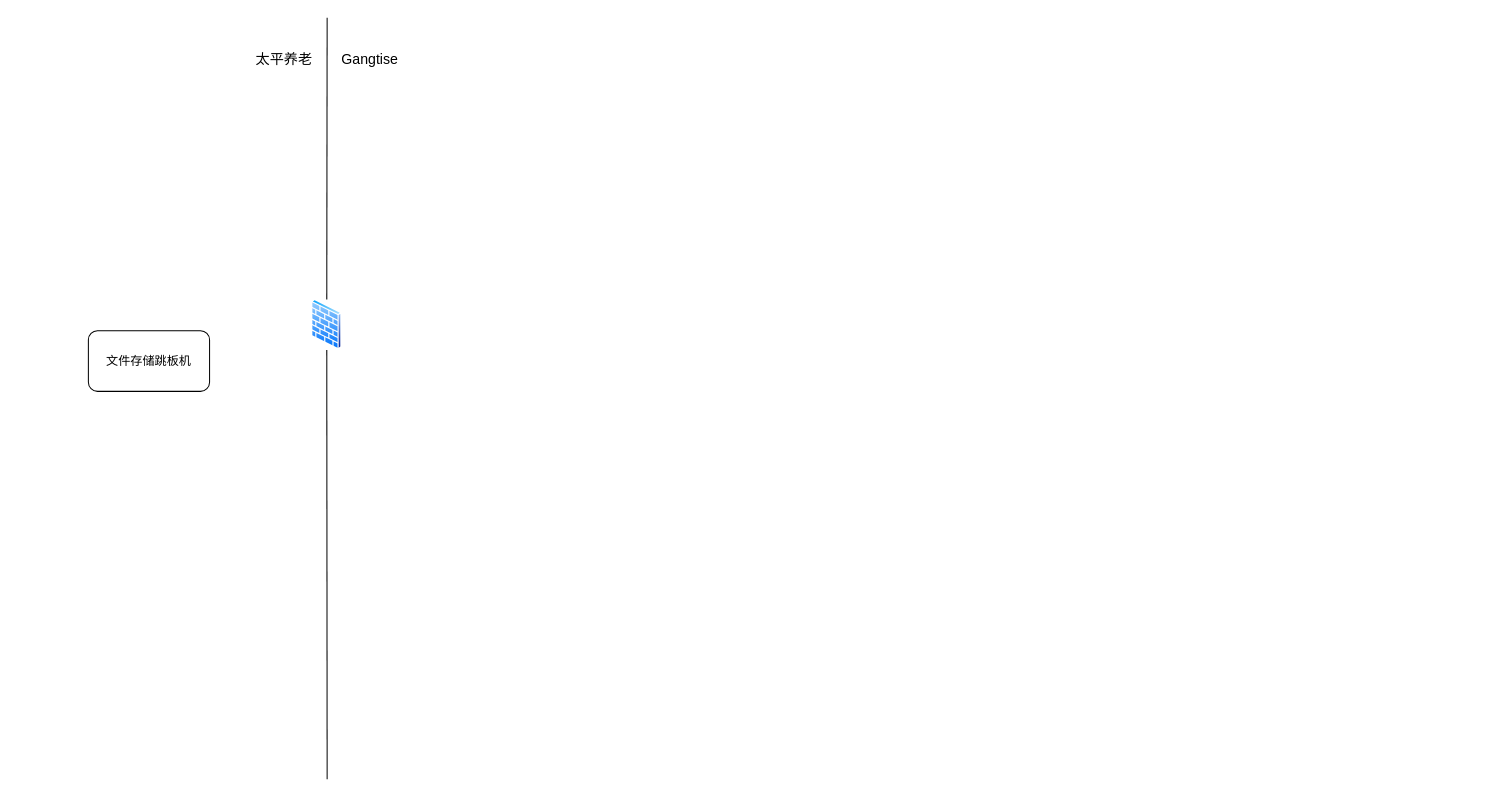
Above: 未命名绘图.drawio in EricDong0801/drawio-data (draw.io), before the change. Source tidied: cells renumbered, new cells numbered last; positions are measured from the earlier drawing's top-left corner, leaving out a move shared by most shapes. Both pictures are drawn from the tidied source at 101%, with x=0, y=0 at pixel (88, 17).
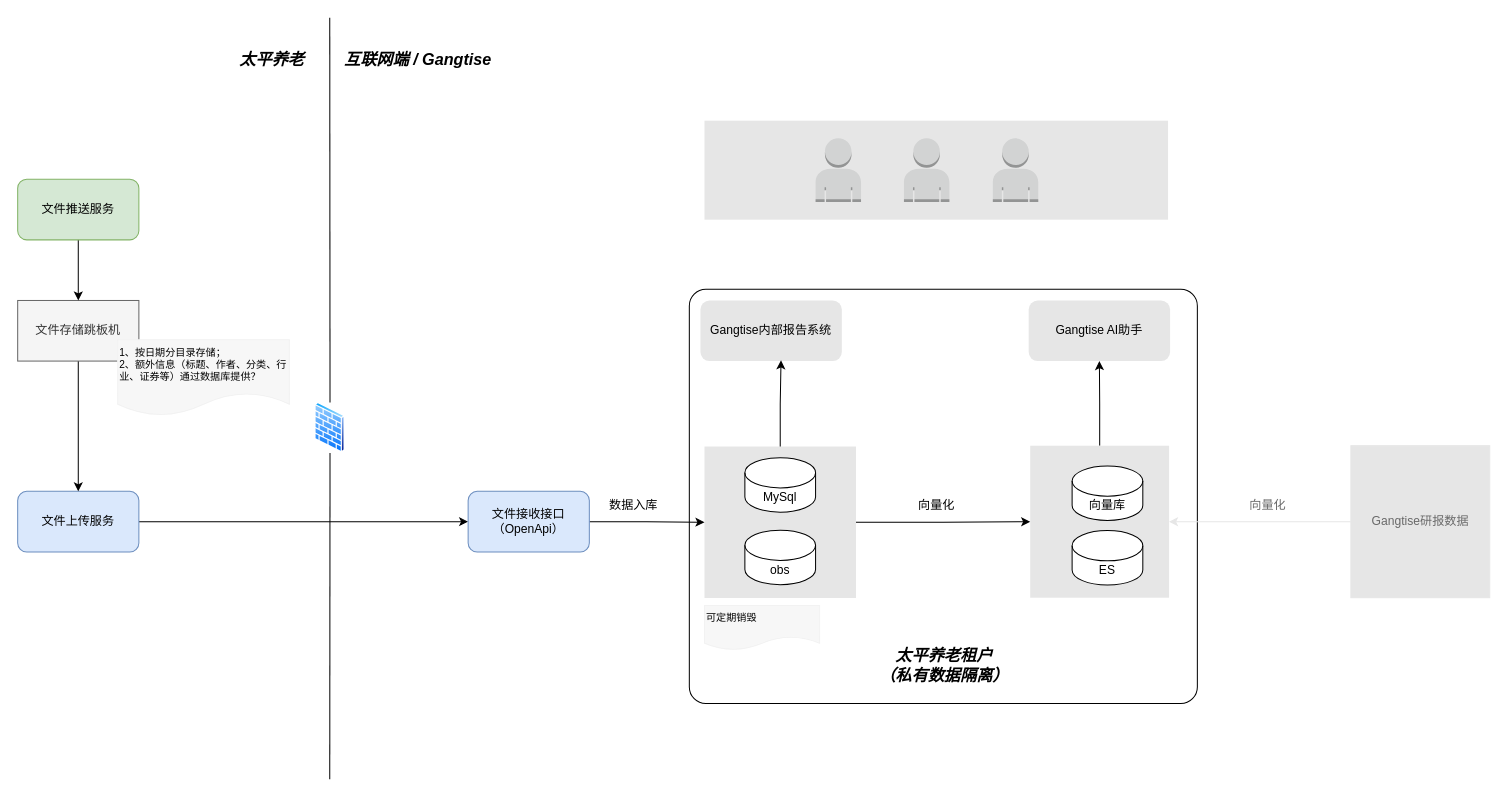
Above is the later version.

Commit message (it also covers changes not shown here):
更新未命名绘图.drawio

Change to the diagram source:
```diff
@@
+    <mxCell id="8" style="rounded=1;whiteSpace=wrap;html=1;arcSize=4;" parent="1" vertex="1">
+      <mxGeometry x="595" y="269" width="503" height="410" as="geometry" />
+    </mxCell>
+    <mxCell id="9" style="rounded=0;whiteSpace=wrap;html=1;strokeColor=none;fillColor=#E6E6E6;" parent="1" vertex="1">
+      <mxGeometry x="610" y="102" width="459" height="98" as="geometry" />
+    </mxCell>
+    <mxCell id="10" style="rounded=0;whiteSpace=wrap;html=1;strokeColor=none;fillColor=#E6E6E6;" parent="1" vertex="1">
+      <mxGeometry x="610" y="424.6" width="150" height="150" as="geometry" />
+    </mxCell>
+    <mxCell id="11" style="edgeStyle=orthogonalEdgeStyle;rounded=0;jettySize=auto;html=1;entryX=0.5;entryY=1;entryDx=0;entryDy=0;" parent="1" edge="1" source="12" target="22">
+      <mxGeometry relative="1" as="geometry" />
+    </mxCell>
+    <mxCell id="12" style="rounded=0;whiteSpace=wrap;html=1;strokeColor=none;fillColor=#E6E6E6;" parent="1" vertex="1">
+      <mxGeometry x="932.5" y="423.8" width="137.5" height="150.5" as="geometry" />
+    </mxCell>
     <mxCell id="2" style="endArrow=none;html=1;fontSize=12;" parent="1" edge="1" source="3">
       <mxGeometry relative="1" as="geometry">
-        <mxPoint x="236.4" as="targetPoint" />
+        <mxPoint x="239" as="targetPoint" />
       </mxGeometry>
     </mxCell>
     <mxCell id="3" style="perimeter=ellipsePerimeter;html=1;align=center;shadow=0;dashed=0;spacingTop=3;image;image=img/lib/active_directory/firewall.svg;fontSize=12;" parent="1" vertex="1">
-      <mxGeometry x="220.8" y="279" width="30.5" height="50" as="geometry" />
+      <mxGeometry x="224" y="381" width="30.5" height="50" as="geometry" />
     </mxCell>
     <mxCell id="4" style="endArrow=none;html=1;" parent="1" edge="1" target="3">
       <mxGeometry relative="1" as="geometry">
-        <mxPoint x="236.4" y="754" as="sourcePoint" />
+        <mxPoint x="239" y="754" as="sourcePoint" />
       </mxGeometry>
     </mxCell>
-    <mxCell id="5" value="太平养老" style="text;html=1;strokeColor=none;fillColor=none;align=center;verticalAlign=middle;whiteSpace=wrap;rounded=0;dashed=1;dashPattern=1 1;fontSize=14;" parent="1" vertex="1">
-      <mxGeometry x="164" y="31" width="60" height="20" as="geometry" />
+    <mxCell id="5" value="太平养老" style="text;html=1;strokeColor=none;fillColor=none;align=center;verticalAlign=middle;whiteSpace=wrap;rounded=0;dashed=1;dashPattern=1 1;fontSize=16;fontStyle=3;" parent="1" vertex="1">
+      <mxGeometry x="140" y="31" width="84" height="20" as="geometry" />
     </mxCell>
-    <mxCell id="6" value="Gangtise" style="text;html=1;strokeColor=none;fillColor=none;align=center;verticalAlign=middle;whiteSpace=wrap;rounded=0;dashed=1;dashPattern=1 1;fontSize=14;" parent="1" vertex="1">
-      <mxGeometry x="249.2" y="31" width="60" height="20" as="geometry" />
+    <mxCell id="6" value="互联网端 / Gangtise" style="text;html=1;strokeColor=none;fillColor=none;align=center;verticalAlign=middle;whiteSpace=wrap;rounded=0;dashed=1;dashPattern=1 1;fontSize=16;fontStyle=3;" parent="1" vertex="1">
+      <mxGeometry x="241" y="31" width="170.8" height="20" as="geometry" />
     </mxCell>
+    <mxCell id="13" style="edgeStyle=orthogonalEdgeStyle;rounded=0;jettySize=auto;html=1;" parent="1" edge="1" source="7" target="17">
+      <mxGeometry relative="1" as="geometry" />
+    </mxCell>
-    <mxCell id="7" value="文件存储跳板机" style="rounded=1;whiteSpace=wrap;html=1;" parent="1" vertex="1">
-      <mxGeometry y="310" width="120" height="60" as="geometry" />
+    <mxCell id="7" value="文件上传服务" style="rounded=1;whiteSpace=wrap;html=1;fillColor=#dae8fc;strokeColor=#6c8ebf;" parent="1" vertex="1">
+      <mxGeometry x="-70" y="469" width="120" height="60" as="geometry" />
     </mxCell>
+    <mxCell id="14" style="edgeStyle=orthogonalEdgeStyle;rounded=0;jettySize=auto;html=1;entryX=0.5;entryY=0;entryDx=0;entryDy=0;" parent="1" edge="1" source="15" target="7">
+      <mxGeometry relative="1" as="geometry" />
+    </mxCell>
+    <mxCell id="15" value="文件存储跳板机" style="rounded=0;whiteSpace=wrap;html=1;fillColor=#f5f5f5;strokeColor=#666666;fontColor=#333333;" parent="1" vertex="1">
+      <mxGeometry x="-70" y="280" width="120" height="60" as="geometry" />
+    </mxCell>
+    <mxCell id="16" style="edgeStyle=orthogonalEdgeStyle;rounded=0;jettySize=auto;html=1;entryX=0;entryY=0.5;entryDx=0;entryDy=0;" parent="1" edge="1" source="17" target="10">
+      <mxGeometry relative="1" as="geometry" />
+    </mxCell>
+    <mxCell id="17" value="&lt;div&gt;文件接收接口&lt;/div&gt;&lt;div&gt;（OpenApi）&lt;br&gt;&lt;/div&gt;" style="rounded=1;whiteSpace=wrap;html=1;fillColor=#dae8fc;strokeColor=#6c8ebf;" parent="1" vertex="1">
+      <mxGeometry x="376" y="469" width="120" height="60" as="geometry" />
+    </mxCell>
+    <mxCell id="18" style="edgeStyle=orthogonalEdgeStyle;rounded=0;jettySize=auto;html=1;" parent="1" edge="1" source="19" target="15">
+      <mxGeometry relative="1" as="geometry" />
+    </mxCell>
+    <mxCell id="19" value="文件推送服务" style="rounded=1;whiteSpace=wrap;html=1;fillColor=#d5e8d4;strokeColor=#82b366;" parent="1" vertex="1">
+      <mxGeometry x="-70" y="160" width="120" height="60" as="geometry" />
+    </mxCell>
+    <mxCell id="20" style="edgeStyle=orthogonalEdgeStyle;rounded=0;jettySize=auto;html=1;entryX=0;entryY=0.5;entryDx=0;entryDy=0;" parent="1" edge="1" source="10" target="12">
+      <mxGeometry relative="1" as="geometry" />
+    </mxCell>
+    <mxCell id="21" value="&lt;div&gt;Gangtise内部报告系统&lt;/div&gt;" style="rounded=1;whiteSpace=wrap;html=1;strokeColor=none;fillColor=#E6E6E6;" parent="1" vertex="1">
+      <mxGeometry x="606" y="280" width="140" height="60" as="geometry" />
+    </mxCell>
+    <mxCell id="22" value="&lt;div&gt;Gangtise AI助手&lt;/div&gt;" style="rounded=1;whiteSpace=wrap;html=1;strokeColor=none;fillColor=#E6E6E6;" parent="1" vertex="1">
+      <mxGeometry x="931" y="280" width="140" height="60" as="geometry" />
+    </mxCell>
+    <mxCell id="23" value="向量库" style="shape=cylinder3;whiteSpace=wrap;html=1;boundedLbl=1;backgroundOutline=1;size=15;" parent="1" vertex="1">
+      <mxGeometry x="974" y="443.8" width="70" height="54" as="geometry" />
+    </mxCell>
+    <mxCell id="24" value="ES" style="shape=cylinder3;whiteSpace=wrap;html=1;boundedLbl=1;backgroundOutline=1;size=15;" parent="1" vertex="1">
+      <mxGeometry x="974" y="507.8" width="70" height="54" as="geometry" />
+    </mxCell>
+    <mxCell id="25" value="obs" style="shape=cylinder3;whiteSpace=wrap;html=1;boundedLbl=1;backgroundOutline=1;size=15;" parent="1" vertex="1">
+      <mxGeometry x="650" y="507.4" width="70" height="54" as="geometry" />
+    </mxCell>
+    <mxCell id="26" value="MySql" style="shape=cylinder3;whiteSpace=wrap;html=1;boundedLbl=1;backgroundOutline=1;size=15;" parent="1" vertex="1">
+      <mxGeometry x="650" y="435.6" width="70" height="54" as="geometry" />
+    </mxCell>
+    <mxCell id="27" style="edgeStyle=orthogonalEdgeStyle;rounded=0;jettySize=auto;html=1;entryX=0.57;entryY=0.988;entryDx=0;entryDy=0;entryPerimeter=0;" parent="1" edge="1" source="10" target="21">
+      <mxGeometry relative="1" as="geometry" />
+    </mxCell>
+    <mxCell id="28" value="数据入库" style="text;html=1;align=center;verticalAlign=middle;whiteSpace=wrap;rounded=0;" parent="1" vertex="1">
+      <mxGeometry x="510" y="467.8" width="60" height="30" as="geometry" />
+    </mxCell>
+    <mxCell id="29" value="向量化" style="text;html=1;align=center;verticalAlign=middle;whiteSpace=wrap;rounded=0;" parent="1" vertex="1">
+      <mxGeometry x="810" y="467.8" width="60" height="30" as="geometry" />
+    </mxCell>
+    <mxCell id="30" value="&lt;div style=&quot;font-size: 10px;&quot;&gt;1、按日期分目录存储；&lt;/div&gt;&lt;div style=&quot;font-size: 10px;&quot;&gt;2、额外信息（标题、作者、分类、行业、证券等）通过数据库提供？&lt;/div&gt;" style="shape=document;whiteSpace=wrap;html=1;boundedLbl=1;align=left;verticalAlign=top;strokeColor=#F2F2F2;fillColor=#F7F7F7;fontSize=10;" parent="1" vertex="1">
+      <mxGeometry x="29" y="319" width="170" height="75" as="geometry" />
+    </mxCell>
+    <mxCell id="31" value="可定期销毁" style="shape=document;whiteSpace=wrap;html=1;boundedLbl=1;align=left;verticalAlign=top;strokeColor=#F2F2F2;fillColor=#F7F7F7;fontSize=10;" parent="1" vertex="1">
+      <mxGeometry x="610" y="582" width="114" height="44" as="geometry" />
+    </mxCell>
+    <mxCell id="32" style="dashed=0;verticalLabelPosition=bottom;verticalAlign=top;align=center;html=1;shape=mxgraph.aws3.user;fillColor=#D2D3D3;gradientColor=none;" parent="1" vertex="1">
+      <mxGeometry x="807.5" y="119.5" width="45" height="63" as="geometry" />
+    </mxCell>
+    <mxCell id="33" style="dashed=0;verticalLabelPosition=bottom;verticalAlign=top;align=center;html=1;shape=mxgraph.aws3.user;fillColor=#D2D3D3;gradientColor=none;" parent="1" vertex="1">
+      <mxGeometry x="720" y="119.5" width="45" height="63" as="geometry" />
+    </mxCell>
+    <mxCell id="34" style="dashed=0;verticalLabelPosition=bottom;verticalAlign=top;align=center;html=1;shape=mxgraph.aws3.user;fillColor=#D2D3D3;gradientColor=none;" parent="1" vertex="1">
+      <mxGeometry x="895.5" y="119.5" width="45" height="63" as="geometry" />
+    </mxCell>
+    <mxCell id="35" style="edgeStyle=orthogonalEdgeStyle;rounded=0;jettySize=auto;html=1;entryX=1;entryY=0.5;entryDx=0;entryDy=0;strokeColor=#E6E6E6;" parent="1" edge="1" source="36" target="12">
+      <mxGeometry relative="1" as="geometry" />
+    </mxCell>
+    <mxCell id="36" value="Gangtise研报数据" style="rounded=0;whiteSpace=wrap;html=1;strokeColor=#E6E6E6;fillColor=#E6E6E6;fontColor=#696969;" parent="1" vertex="1">
+      <mxGeometry x="1250" y="423.8" width="137.5" height="150.5" as="geometry" />
+    </mxCell>
+    <mxCell id="37" value="向量化" style="text;html=1;align=center;verticalAlign=middle;whiteSpace=wrap;rounded=0;fontColor=#696969;" parent="1" vertex="1">
+      <mxGeometry x="1138" y="467.8" width="60" height="30" as="geometry" />
+    </mxCell>
+    <mxCell id="38" value="&lt;div&gt;太平养老租户&lt;/div&gt;&lt;div&gt;（私有数据隔离）&lt;br&gt;&lt;/div&gt;" style="text;html=1;strokeColor=none;fillColor=none;align=center;verticalAlign=middle;whiteSpace=wrap;rounded=0;dashed=1;dashPattern=1 1;fontSize=16;fontStyle=3;" parent="1" vertex="1">
+      <mxGeometry x="761.8" y="631" width="170.8" height="20" as="geometry" />
+    </mxCell>
```
